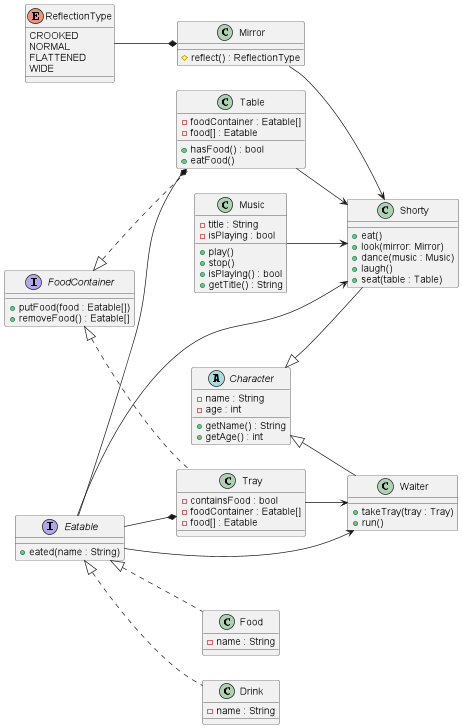
Above: doc/struct.png in lolkek22854/lab2 (PlantUML), before the change.
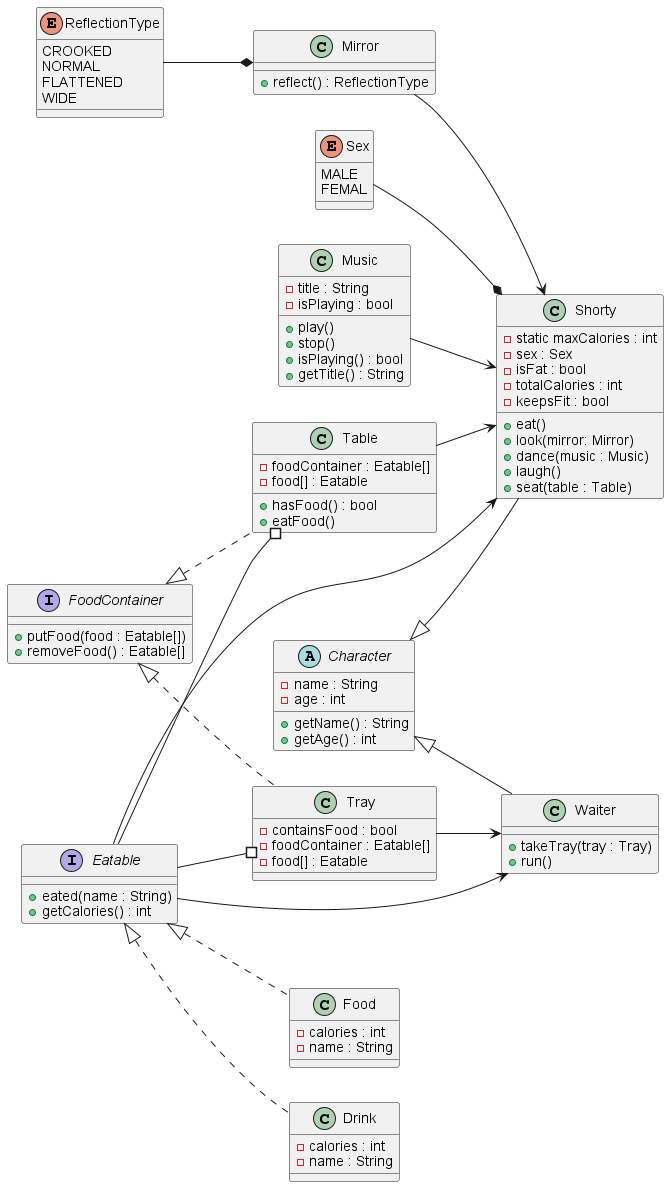
The same diagram one commit later.

What changed in the source:
```diff
@@ -14,6 +14,7 @@
     }
     interface Eatable{
         + eated(name : String)
+        + getCalories() : int
     }
     enum ReflectionType{
         CROOKED
@@ -21,6 +22,10 @@
         FLATTENED
         WIDE
     }
+    enum Sex{
+            MALE
+            FEMAL
+        }
 
     class Table implements FoodContainer{
         - foodContainer : Eatable[]
@@ -42,15 +47,22 @@
      + getTitle() : String
     }
     class Food implements Eatable{
+    - calories : int
         - name : String
     }
     class Drink implements Eatable {
+        - calories : int
         - name : String
     }
     class Mirror{
-    # reflect() : ReflectionType
+    + reflect() : ReflectionType
     }
     class Shorty extends Character{
+            - static maxCalories : int
+            - sex : Sex
+            - isFat : bool
+            - totalCalories : int
+            - keepsFit : bool
             + eat()
             + look(mirror: Mirror)
             + dance(music : Music)
@@ -65,10 +77,11 @@
     Music --> Shorty
     Eatable --> Waiter
     Eatable --> Shorty
-    Eatable --* Tray
-    Eatable --* Table
+    Eatable --# Tray
+    Eatable --# Table
     Mirror --> Shorty
     Table --> Shorty
     Tray --> Waiter
+    Sex --* Shorty
 
 @enduml
```
